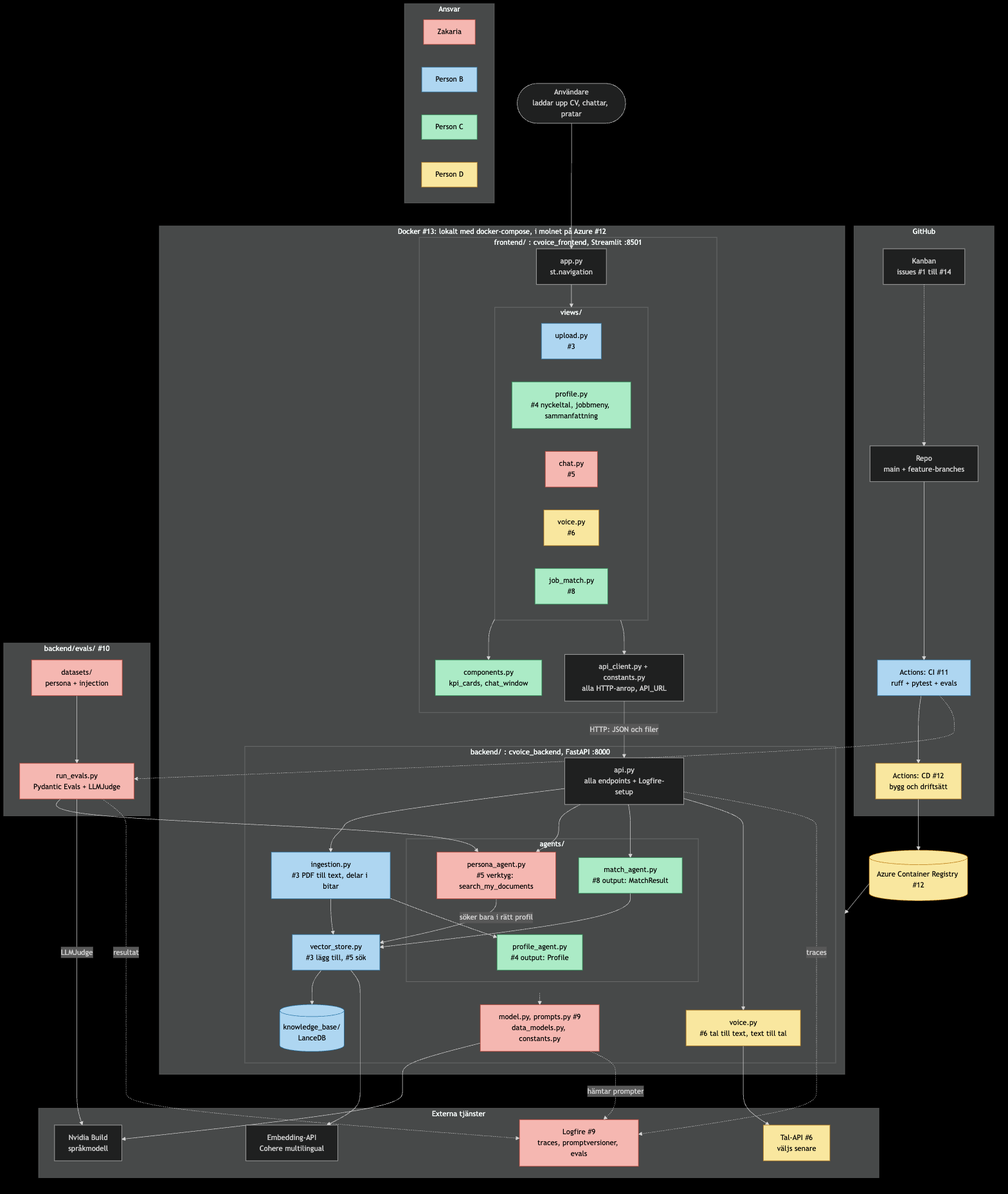
The Mermaid diagram docs/architecture/architecture.png in Zm-ah/Cvoice_Ai_ops_lab_group6, before a commit. Its source is kept beside it as docs/architecture/architecture.mmd.
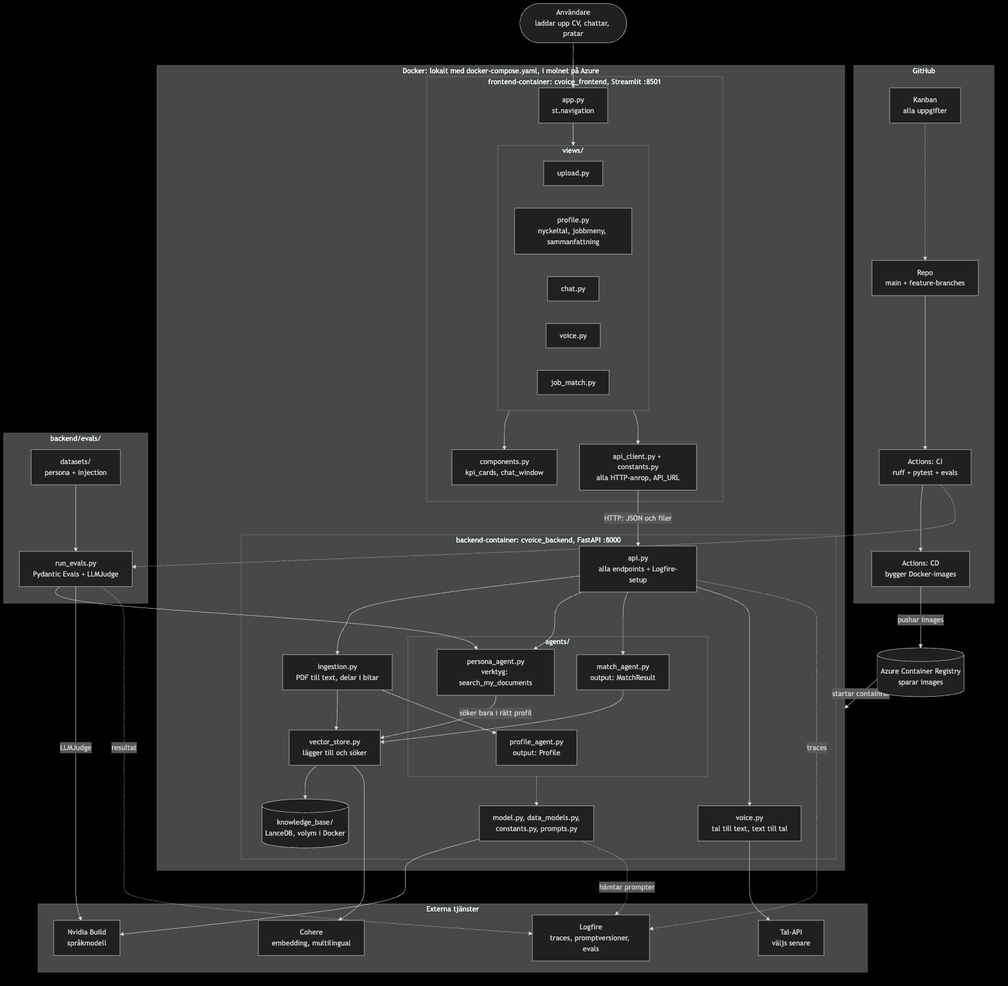
Above is the later version.

Commit message:
Add uv workspace, model, data models and constants

The edit, as a diff of the source:
```diff
@@ -3,26 +3,26 @@
 
     subgraph gh["GitHub"]
         direction LR
-        kanban["Kanban<br/>issues #1 till #14"]
+        kanban["Kanban<br/>alla uppgifter"]
         repo["Repo<br/>main + feature-branches"]
-        ci["Actions: CI #11<br/>ruff + pytest + evals"]
-        cd["Actions: CD #12<br/>bygg och driftsätt"]
+        ci["Actions: CI<br/>ruff + pytest + evals"]
+        cd["Actions: CD<br/>bygger Docker-images"]
         kanban -.-> repo
         repo --> ci --> cd
     end
 
-    acr[("Azure Container Registry #12")]
+    acr[("Azure Container Registry<br/>sparar images")]
 
-    subgraph runtime["Docker #13: lokalt med docker-compose, i molnet på Azure #12"]
-        subgraph fe["frontend/ : cvoice_frontend, Streamlit :8501"]
+    subgraph runtime["Docker: lokalt med docker-compose.yaml, i molnet på Azure"]
+        subgraph fe["frontend-container: cvoice_frontend, Streamlit :8501"]
             direction TB
             app["app.py<br/>st.navigation"]
             subgraph views["views/"]
-                v_upload["upload.py<br/>#3"]
-                v_profile["profile.py<br/>#4 nyckeltal, jobbmeny, sammanfattning"]
-                v_chat["chat.py<br/>#5"]
-                v_voice["voice.py<br/>#6"]
-                v_match["job_match.py<br/>#8"]
+                v_upload["upload.py"]
+                v_profile["profile.py<br/>nyckeltal, jobbmeny, sammanfattning"]
+                v_chat["chat.py"]
+                v_voice["voice.py"]
+                v_match["job_match.py"]
             end
             comps["components.py<br/>kpi_cards, chat_window"]
             client["api_client.py + constants.py<br/>alla HTTP-anrop, API_URL"]
@@ -31,19 +31,19 @@
             views --> client
         end
 
-        subgraph be["backend/ : cvoice_backend, FastAPI :8000"]
+        subgraph be["backend-container: cvoice_backend, FastAPI :8000"]
             direction TB
             api["api.py<br/>alla endpoints + Logfire-setup"]
-            ingest["ingestion.py<br/>#3 PDF till text, delar i bitar"]
+            ingest["ingestion.py<br/>PDF till text, delar i bitar"]
             subgraph agents["agents/"]
-                a_prof["profile_agent.py<br/>#4 output: Profile"]
-                a_pers["persona_agent.py<br/>#5 verktyg: search_my_documents"]
-                a_match["match_agent.py<br/>#8 output: MatchResult"]
+                a_prof["profile_agent.py<br/>output: Profile"]
+                a_pers["persona_agent.py<br/>verktyg: search_my_documents"]
+                a_match["match_agent.py<br/>output: MatchResult"]
             end
-            voicef["voice.py<br/>#6 tal till text, text till tal"]
-            vstore["vector_store.py<br/>#3 lägg till, #5 sök"]
-            shared["model.py, prompts.py #9<br/>data_models.py, constants.py"]
-            lancedb[("knowledge_base/<br/>LanceDB")]
+            voicef["voice.py<br/>tal till text, text till tal"]
+            vstore["vector_store.py<br/>lägger till och söker"]
+            shared["model.py, data_models.py,<br/>constants.py, prompts.py"]
+            lancedb[("knowledge_base/<br/>LanceDB, volym i Docker")]
 
             api --> ingest
             ingest --> a_prof
@@ -58,7 +58,7 @@
         end
     end
 
-    subgraph evalsbox["backend/evals/ #10"]
+    subgraph evalsbox["backend/evals/"]
         datasets["datasets/<br/>persona + injection"]
         run_evals["run_evals.py<br/>Pydantic Evals + LLMJudge"]
         datasets --> run_evals
@@ -66,17 +66,9 @@
 
     subgraph ext["Externa tjänster"]
         nvidia["Nvidia Build<br/>språkmodell"]
-        embapi["Embedding-API<br/>Cohere multilingual"]
-        speech["Tal-API #6<br/>väljs senare"]
-        logfire["Logfire #9<br/>traces, promptversioner, evals"]
-    end
-
-    subgraph legend["Ansvar"]
-        direction LR
-        L1["Zakaria"]
-        L2["Person B"]
-        L3["Person C"]
-        L4["Person D"]
+        embapi["Cohere<br/>embedding, multilingual"]
+        speech["Tal-API<br/>väljs senare"]
+        logfire["Logfire<br/>traces, promptversioner, evals"]
     end
 
     user --> app
@@ -90,15 +82,5 @@
     run_evals -->|"LLMJudge"| nvidia
     run_evals -.->|"resultat"| logfire
     ci -.-> run_evals
-    cd --> acr
-    acr --> runtime
-
-    classDef zak fill:#f5b7b1,stroke:#c0392b,color:#000
-    classDef pb fill:#aed6f1,stroke:#2471a3,color:#000
-    classDef pc fill:#abebc6,stroke:#1e8449,color:#000
-    classDef pd fill:#f9e79f,stroke:#b9770e,color:#000
-
-    class L1,a_pers,v_chat,shared,logfire,run_evals,datasets zak
-    class L2,v_upload,ingest,vstore,lancedb,ci pb
-    class L3,a_prof,v_profile,comps,a_match,v_match pc
-    class L4,voicef,v_voice,speech,cd,acr pd
+    cd -->|"pushar images"| acr
+    acr -->|"startar containrar"| runtime
```
